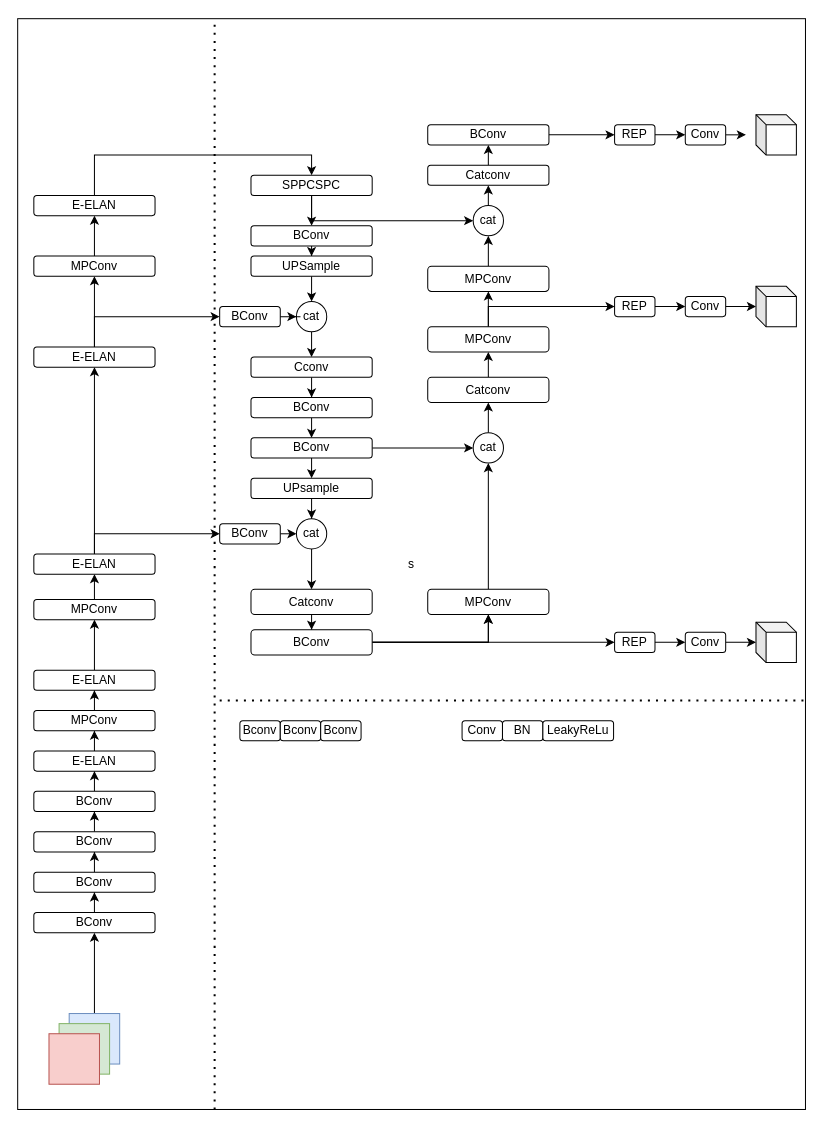
This is yolov7.drawio from YANGJUNYAN0715/papers, a draw.io file, before an edit. Source tidied: cells renumbered, new cells numbered last; positions are measured from the earlier drawing's top-left corner, leaving out a move shared by most shapes. Both pictures are drawn from the tidied source at 101%, with x=0, y=0 at pixel (17, 18).
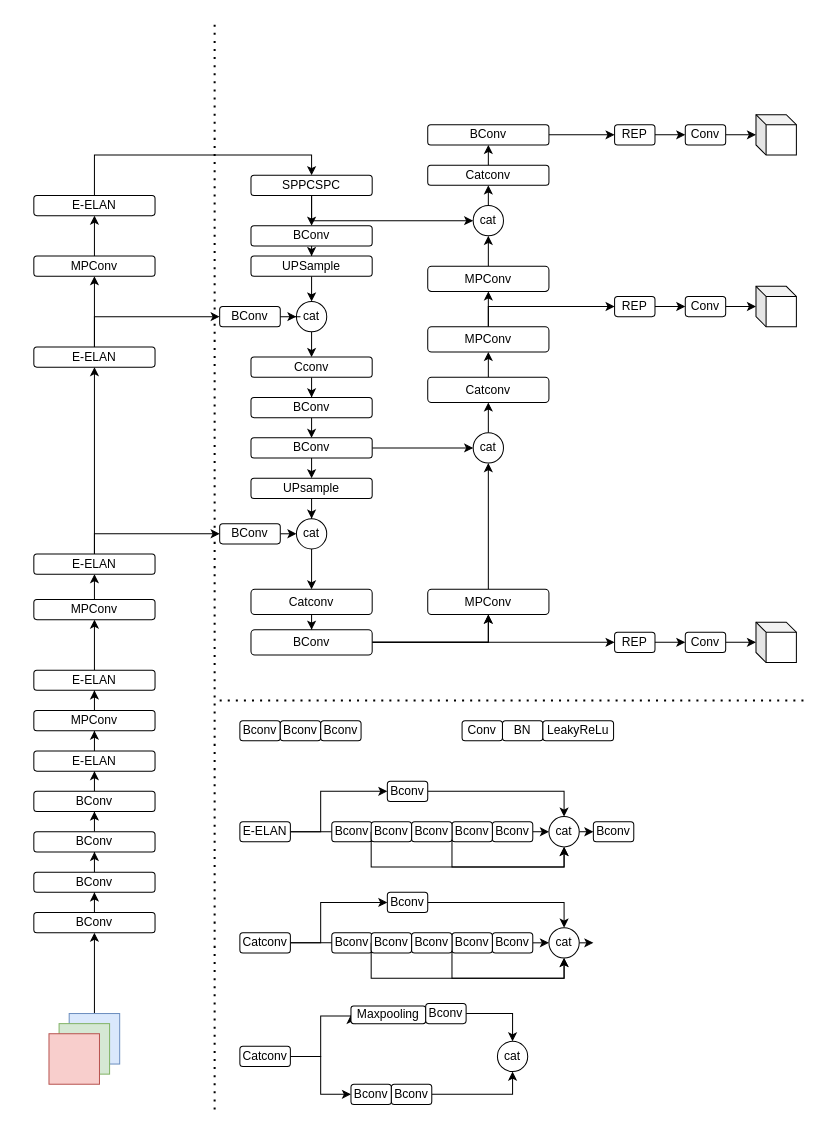
Above is the later version.

Unchanged cells that the change refers to:
```xml
<mxCell id="87" value="Conv" style="rounded=1;whiteSpace=wrap;html=1;" parent="1" vertex="1">
  <mxGeometry x="661" y="105" width="40" height="20" as="geometry" />
</mxCell>
<mxCell id="92" style="shape=cube;whiteSpace=wrap;html=1;boundedLbl=1;backgroundOutline=1;darkOpacity=0.05;darkOpacity2=0.1;size=10;fontStyle=1;" parent="1" vertex="1">
  <mxGeometry x="731" y="95" width="40" height="40" as="geometry" />
</mxCell>
```

Diff of the diagram source:
```diff
@@
-    <mxCell id="2" value="s" style="rounded=0;whiteSpace=wrap;html=1;" parent="1" vertex="1">
-      <mxGeometry width="780" height="1080" as="geometry" />
-    </mxCell>
@@
-    <mxCell id="86" style="edgeStyle=orthogonalEdgeStyle;rounded=0;jettySize=auto;html=1;exitX=1;exitY=0.5;exitDx=0;exitDy=0;" parent="1" edge="1" source="87">
-      <mxGeometry relative="1" as="geometry">
-        <mxPoint x="721" y="115" as="targetPoint" />
-      </mxGeometry>
-    </mxCell>
+    <mxCell id="103" style="edgeStyle=orthogonalEdgeStyle;rounded=0;jettySize=auto;html=1;" parent="1" edge="1" source="87" target="92">
+      <mxGeometry relative="1" as="geometry" />
+    </mxCell>
@@
-    <mxCell id="95" style="endArrow=none;dashed=1;html=1;dashPattern=1 3;strokeWidth=2;rounded=0;entryX=0.25;entryY=0;entryDx=0;entryDy=0;exitX=0.25;exitY=1;exitDx=0;exitDy=0;" parent="1" edge="1" source="2" target="2">
-      <mxGeometry relative="1" as="geometry" />
+    <mxCell id="95" style="endArrow=none;dashed=1;html=1;dashPattern=1 3;strokeWidth=2;rounded=0;entryX=0.25;entryY=0;entryDx=0;entryDy=0;exitX=0.25;exitY=1;exitDx=0;exitDy=0;" parent="1" edge="1">
+      <mxGeometry relative="1" as="geometry">
+        <mxPoint x="195" y="1080" as="sourcePoint" />
+        <mxPoint x="195" as="targetPoint" />
+      </mxGeometry>
     </mxCell>
-    <mxCell id="96" style="endArrow=none;dashed=1;html=1;dashPattern=1 3;strokeWidth=2;rounded=0;entryX=1;entryY=0.625;entryDx=0;entryDy=0;entryPerimeter=0;" parent="1" edge="1" target="2">
+    <mxCell id="96" style="endArrow=none;dashed=1;html=1;dashPattern=1 3;strokeWidth=2;rounded=0;entryX=1;entryY=0.625;entryDx=0;entryDy=0;entryPerimeter=0;" parent="1" edge="1">
       <mxGeometry relative="1" as="geometry">
         <mxPoint x="200" y="675" as="sourcePoint" />
+        <mxPoint x="780" y="675" as="targetPoint" />
       </mxGeometry>
     </mxCell>
@@
+    <mxCell id="104" style="edgeStyle=orthogonalEdgeStyle;rounded=0;jettySize=auto;html=1;" parent="1" edge="1" source="106" target="117">
+      <mxGeometry relative="1" as="geometry" />
+    </mxCell>
+    <mxCell id="105" style="edgeStyle=orthogonalEdgeStyle;rounded=0;jettySize=auto;html=1;exitX=1;exitY=0.5;exitDx=0;exitDy=0;entryX=0;entryY=0.5;entryDx=0;entryDy=0;" parent="1" edge="1" source="106" target="110">
+      <mxGeometry relative="1" as="geometry">
+        <Array as="points">
+          <mxPoint x="300" y="805" />
+          <mxPoint x="300" y="765" />
+        </Array>
+      </mxGeometry>
+    </mxCell>
+    <mxCell id="106" value="E-ELAN" style="rounded=1;whiteSpace=wrap;html=1;" parent="1" vertex="1">
+      <mxGeometry x="220" y="795" width="50" height="20" as="geometry" />
+    </mxCell>
+    <mxCell id="107" value="Bconv" style="rounded=1;whiteSpace=wrap;html=1;" parent="1" vertex="1">
+      <mxGeometry x="311" y="795" width="40" height="20" as="geometry" />
+    </mxCell>
+    <mxCell id="108" value="Bconv" style="rounded=1;whiteSpace=wrap;html=1;" parent="1" vertex="1">
+      <mxGeometry x="570" y="795" width="40" height="20" as="geometry" />
+    </mxCell>
+    <mxCell id="109" style="edgeStyle=orthogonalEdgeStyle;rounded=0;jettySize=auto;html=1;exitX=1;exitY=0.5;exitDx=0;exitDy=0;entryX=0.5;entryY=0;entryDx=0;entryDy=0;" parent="1" edge="1" source="110" target="119">
+      <mxGeometry relative="1" as="geometry" />
+    </mxCell>
+    <mxCell id="110" value="Bconv" style="rounded=1;whiteSpace=wrap;html=1;" parent="1" vertex="1">
+      <mxGeometry x="366" y="755" width="40" height="20" as="geometry" />
+    </mxCell>
+    <mxCell id="111" style="edgeStyle=orthogonalEdgeStyle;rounded=0;jettySize=auto;html=1;exitX=1;exitY=0.5;exitDx=0;exitDy=0;entryX=0;entryY=0.5;entryDx=0;entryDy=0;" parent="1" edge="1" source="112" target="119">
+      <mxGeometry relative="1" as="geometry" />
+    </mxCell>
+    <mxCell id="112" value="Bconv" style="rounded=1;whiteSpace=wrap;html=1;" parent="1" vertex="1">
+      <mxGeometry x="470" y="795" width="40" height="20" as="geometry" />
+    </mxCell>
+    <mxCell id="113" style="edgeStyle=orthogonalEdgeStyle;rounded=0;jettySize=auto;html=1;exitX=0;exitY=0.5;exitDx=0;exitDy=0;entryX=0.5;entryY=1;entryDx=0;entryDy=0;" parent="1" edge="1" source="114" target="119">
+      <mxGeometry relative="1" as="geometry">
+        <Array as="points">
+          <mxPoint x="430" y="840" />
+          <mxPoint x="541" y="840" />
+        </Array>
+      </mxGeometry>
+    </mxCell>
+    <mxCell id="114" value="Bconv" style="rounded=1;whiteSpace=wrap;html=1;" parent="1" vertex="1">
+      <mxGeometry x="430" y="795" width="40" height="20" as="geometry" />
+    </mxCell>
+    <mxCell id="115" value="Bconv" style="rounded=1;whiteSpace=wrap;html=1;" parent="1" vertex="1">
+      <mxGeometry x="390" y="795" width="40" height="20" as="geometry" />
+    </mxCell>
+    <mxCell id="116" style="edgeStyle=orthogonalEdgeStyle;rounded=0;jettySize=auto;html=1;exitX=0;exitY=0.5;exitDx=0;exitDy=0;entryX=0.5;entryY=1;entryDx=0;entryDy=0;" parent="1" edge="1" source="117" target="119">
+      <mxGeometry relative="1" as="geometry">
+        <Array as="points">
+          <mxPoint x="350" y="840" />
+          <mxPoint x="541" y="840" />
+        </Array>
+      </mxGeometry>
+    </mxCell>
+    <mxCell id="117" value="Bconv" style="rounded=1;whiteSpace=wrap;html=1;" parent="1" vertex="1">
+      <mxGeometry x="350" y="795" width="40" height="20" as="geometry" />
+    </mxCell>
+    <mxCell id="118" style="edgeStyle=orthogonalEdgeStyle;rounded=0;jettySize=auto;html=1;exitX=1;exitY=0.5;exitDx=0;exitDy=0;entryX=0;entryY=0.5;entryDx=0;entryDy=0;" parent="1" edge="1" source="119" target="108">
+      <mxGeometry relative="1" as="geometry" />
+    </mxCell>
+    <mxCell id="119" value="cat" style="ellipse;whiteSpace=wrap;html=1;rounded=1;" parent="1" vertex="1">
+      <mxGeometry x="526" y="790" width="30" height="30" as="geometry" />
+    </mxCell>
+    <mxCell id="120" style="edgeStyle=orthogonalEdgeStyle;rounded=0;jettySize=auto;html=1;" parent="1" edge="1" source="122" target="132">
+      <mxGeometry relative="1" as="geometry" />
+    </mxCell>
+    <mxCell id="121" style="edgeStyle=orthogonalEdgeStyle;rounded=0;jettySize=auto;html=1;exitX=1;exitY=0.5;exitDx=0;exitDy=0;entryX=0;entryY=0.5;entryDx=0;entryDy=0;" parent="1" edge="1" source="122" target="125">
+      <mxGeometry relative="1" as="geometry">
+        <Array as="points">
+          <mxPoint x="300" y="915" />
+          <mxPoint x="300" y="875" />
+        </Array>
+      </mxGeometry>
+    </mxCell>
+    <mxCell id="122" value="Catconv" style="rounded=1;whiteSpace=wrap;html=1;" parent="1" vertex="1">
+      <mxGeometry x="220" y="905" width="50" height="20" as="geometry" />
+    </mxCell>
+    <mxCell id="123" value="Bconv" style="rounded=1;whiteSpace=wrap;html=1;" parent="1" vertex="1">
+      <mxGeometry x="311" y="905" width="40" height="20" as="geometry" />
+    </mxCell>
+    <mxCell id="124" style="edgeStyle=orthogonalEdgeStyle;rounded=0;jettySize=auto;html=1;exitX=1;exitY=0.5;exitDx=0;exitDy=0;entryX=0.5;entryY=0;entryDx=0;entryDy=0;" parent="1" edge="1" source="125" target="134">
+      <mxGeometry relative="1" as="geometry" />
+    </mxCell>
+    <mxCell id="125" value="Bconv" style="rounded=1;whiteSpace=wrap;html=1;" parent="1" vertex="1">
+      <mxGeometry x="366" y="865" width="40" height="20" as="geometry" />
+    </mxCell>
+    <mxCell id="126" style="edgeStyle=orthogonalEdgeStyle;rounded=0;jettySize=auto;html=1;exitX=1;exitY=0.5;exitDx=0;exitDy=0;entryX=0;entryY=0.5;entryDx=0;entryDy=0;" parent="1" edge="1" source="127" target="134">
+      <mxGeometry relative="1" as="geometry" />
+    </mxCell>
+    <mxCell id="127" value="Bconv" style="rounded=1;whiteSpace=wrap;html=1;" parent="1" vertex="1">
+      <mxGeometry x="470" y="905" width="40" height="20" as="geometry" />
+    </mxCell>
+    <mxCell id="128" style="edgeStyle=orthogonalEdgeStyle;rounded=0;jettySize=auto;html=1;exitX=0;exitY=0.5;exitDx=0;exitDy=0;entryX=0.5;entryY=1;entryDx=0;entryDy=0;" parent="1" edge="1" source="129" target="134">
+      <mxGeometry relative="1" as="geometry">
+        <Array as="points">
+          <mxPoint x="430" y="950" />
+          <mxPoint x="541" y="950" />
+        </Array>
+      </mxGeometry>
+    </mxCell>
+    <mxCell id="129" value="Bconv" style="rounded=1;whiteSpace=wrap;html=1;" parent="1" vertex="1">
+      <mxGeometry x="430" y="905" width="40" height="20" as="geometry" />
+    </mxCell>
+    <mxCell id="130" value="Bconv" style="rounded=1;whiteSpace=wrap;html=1;" parent="1" vertex="1">
+      <mxGeometry x="390" y="905" width="40" height="20" as="geometry" />
+    </mxCell>
+    <mxCell id="131" style="edgeStyle=orthogonalEdgeStyle;rounded=0;jettySize=auto;html=1;exitX=0;exitY=0.5;exitDx=0;exitDy=0;entryX=0.5;entryY=1;entryDx=0;entryDy=0;" parent="1" edge="1" source="132" target="134">
+      <mxGeometry relative="1" as="geometry">
+        <Array as="points">
+          <mxPoint x="350" y="950" />
+          <mxPoint x="541" y="950" />
+        </Array>
+      </mxGeometry>
+    </mxCell>
+    <mxCell id="132" value="Bconv" style="rounded=1;whiteSpace=wrap;html=1;" parent="1" vertex="1">
+      <mxGeometry x="350" y="905" width="40" height="20" as="geometry" />
+    </mxCell>
+    <mxCell id="133" style="edgeStyle=orthogonalEdgeStyle;rounded=0;jettySize=auto;html=1;exitX=1;exitY=0.5;exitDx=0;exitDy=0;entryX=0;entryY=0.5;entryDx=0;entryDy=0;" parent="1" edge="1" source="134">
+      <mxGeometry relative="1" as="geometry">
+        <mxPoint x="570" y="915" as="targetPoint" />
+      </mxGeometry>
+    </mxCell>
+    <mxCell id="134" value="cat" style="ellipse;whiteSpace=wrap;html=1;rounded=1;" parent="1" vertex="1">
+      <mxGeometry x="526" y="900" width="30" height="30" as="geometry" />
+    </mxCell>
+    <mxCell id="135" style="edgeStyle=orthogonalEdgeStyle;rounded=0;jettySize=auto;html=1;exitX=1;exitY=0.5;exitDx=0;exitDy=0;entryX=0;entryY=0.5;entryDx=0;entryDy=0;" parent="1" edge="1" source="137" target="139">
+      <mxGeometry relative="1" as="geometry">
+        <Array as="points">
+          <mxPoint x="300" y="1027.5" />
+          <mxPoint x="300" y="987.5" />
+        </Array>
+      </mxGeometry>
+    </mxCell>
+    <mxCell id="136" style="edgeStyle=orthogonalEdgeStyle;rounded=0;jettySize=auto;html=1;exitX=1;exitY=0.5;exitDx=0;exitDy=0;entryX=0;entryY=0.5;entryDx=0;entryDy=0;" parent="1" edge="1" source="137" target="138">
+      <mxGeometry relative="1" as="geometry" />
+    </mxCell>
+    <mxCell id="137" value="Catconv" style="rounded=1;whiteSpace=wrap;html=1;" parent="1" vertex="1">
+      <mxGeometry x="220" y="1017.5" width="50" height="20" as="geometry" />
+    </mxCell>
+    <mxCell id="138" value="Bconv" style="rounded=1;whiteSpace=wrap;html=1;" parent="1" vertex="1">
+      <mxGeometry x="330" y="1055" width="40" height="20" as="geometry" />
+    </mxCell>
+    <mxCell id="139" value="Maxpooling" style="rounded=1;whiteSpace=wrap;html=1;" parent="1" vertex="1">
+      <mxGeometry x="330" y="977.5" width="74" height="17.5" as="geometry" />
+    </mxCell>
+    <mxCell id="140" style="edgeStyle=orthogonalEdgeStyle;rounded=0;jettySize=auto;html=1;exitX=1;exitY=0.5;exitDx=0;exitDy=0;entryX=0.5;entryY=1;entryDx=0;entryDy=0;" parent="1" edge="1" source="141" target="144">
+      <mxGeometry relative="1" as="geometry" />
+    </mxCell>
+    <mxCell id="141" value="Bconv" style="rounded=1;whiteSpace=wrap;html=1;" parent="1" vertex="1">
+      <mxGeometry x="370" y="1055" width="40" height="20" as="geometry" />
+    </mxCell>
+    <mxCell id="142" style="edgeStyle=orthogonalEdgeStyle;rounded=0;jettySize=auto;html=1;exitX=1;exitY=0.5;exitDx=0;exitDy=0;entryX=0.5;entryY=0;entryDx=0;entryDy=0;" parent="1" edge="1" source="143" target="144">
+      <mxGeometry relative="1" as="geometry" />
+    </mxCell>
+    <mxCell id="143" value="Bconv" style="rounded=1;whiteSpace=wrap;html=1;" parent="1" vertex="1">
+      <mxGeometry x="404" y="975" width="40" height="20" as="geometry" />
+    </mxCell>
+    <mxCell id="144" value="cat" style="ellipse;whiteSpace=wrap;html=1;rounded=1;" parent="1" vertex="1">
+      <mxGeometry x="475" y="1012.5" width="30" height="30" as="geometry" />
+    </mxCell>
```
